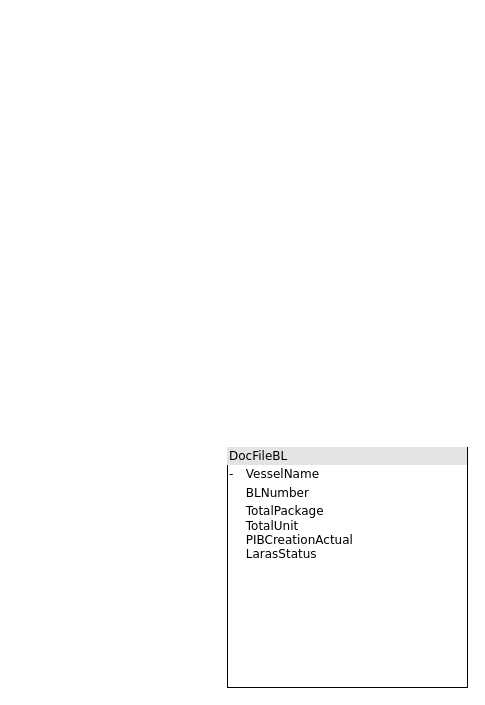
Before: page "Board3_Spareparts_IPS" (3 of 3) of TAM_IMIS_diagram.drawio in RifqiG759/BI_datasets, a draw.io diagram. Source tidied: cells renumbered, new cells numbered last; positions are measured from the earlier drawing's top-left corner, leaving out a move shared by most shapes. Both pictures are drawn from the tidied source at 100%, with x=0, y=0 at pixel (227, 447).
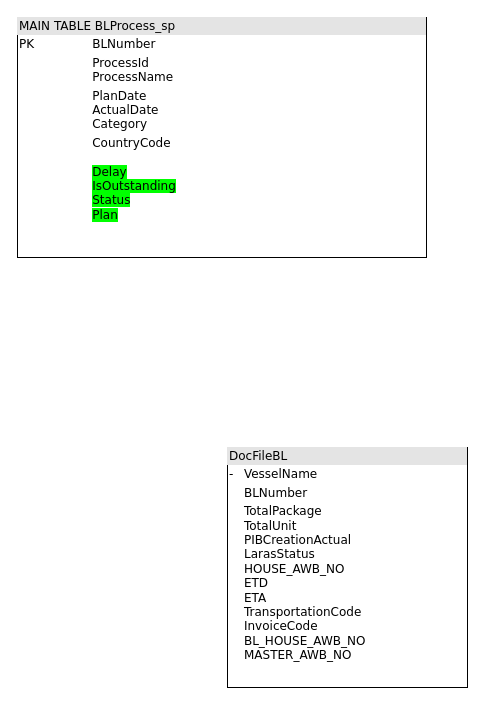
Above is the later version.

Diff of the diagram source:
```diff
@@
 <mxGraphModel>
   <root>
     <mxCell id="0" />
     <mxCell id="1" parent="0" />
-    <mxCell id="2" value="&lt;div style=&quot;box-sizing: border-box ; width: 100% ; background: #e4e4e4 ; padding: 2px&quot;&gt;DocFileBL&lt;/div&gt;&lt;table style=&quot;width: 100% ; font-size: 1em&quot; cellpadding=&quot;2&quot; cellspacing=&quot;0&quot;&gt;&lt;tbody&gt;&lt;tr&gt;&lt;td&gt;-&lt;/td&gt;&lt;td&gt;VesselName&lt;/td&gt;&lt;/tr&gt;&lt;tr&gt;&lt;td&gt;&lt;/td&gt;&lt;td&gt;BLNumber&lt;/td&gt;&lt;/tr&gt;&lt;tr&gt;&lt;td&gt;&lt;/td&gt;&lt;td&gt;TotalPackage&lt;br&gt;TotalUnit&lt;br&gt;PIBCreationActual&lt;br&gt;LarasStatus&lt;br&gt;&lt;br&gt;&lt;br&gt;&lt;br&gt;&lt;/td&gt;&lt;/tr&gt;&lt;tr&gt;&lt;td&gt;&lt;/td&gt;&lt;td&gt;&lt;/td&gt;&lt;/tr&gt;&lt;/tbody&gt;&lt;/table&gt;" style="verticalAlign=top;align=left;overflow=fill;html=1;rounded=0;shadow=0;comic=0;labelBackgroundColor=none;strokeColor=#000000;strokeWidth=1;fillColor=#ffffff;fontFamily=Verdana;fontSize=12;fontColor=#000000;" parent="1" vertex="1">
+    <mxCell id="2" value="&lt;div style=&quot;box-sizing: border-box ; width: 100% ; background: #e4e4e4 ; padding: 2px&quot;&gt;DocFileBL&lt;/div&gt;&lt;table style=&quot;width: 100% ; font-size: 1em&quot; cellpadding=&quot;2&quot; cellspacing=&quot;0&quot;&gt;&lt;tbody&gt;&lt;tr&gt;&lt;td&gt;-&lt;/td&gt;&lt;td&gt;VesselName&lt;/td&gt;&lt;/tr&gt;&lt;tr&gt;&lt;td&gt;&lt;/td&gt;&lt;td&gt;BLNumber&lt;/td&gt;&lt;/tr&gt;&lt;tr&gt;&lt;td&gt;&lt;/td&gt;&lt;td&gt;TotalPackage&lt;br&gt;TotalUnit&lt;br&gt;PIBCreationActual&lt;br&gt;LarasStatus&lt;br&gt;HOUSE_AWB_NO&lt;br&gt;ETD&lt;br&gt;ETA&lt;br&gt;TransportationCode&lt;br&gt;InvoiceCode&lt;br&gt;BL_HOUSE_AWB_NO&lt;br&gt;MASTER_AWB_NO&lt;br&gt;&lt;br&gt;&lt;br&gt;&lt;br&gt;&lt;/td&gt;&lt;/tr&gt;&lt;tr&gt;&lt;td&gt;&lt;/td&gt;&lt;td&gt;&lt;/td&gt;&lt;/tr&gt;&lt;/tbody&gt;&lt;/table&gt;" style="verticalAlign=top;align=left;overflow=fill;html=1;rounded=0;shadow=0;comic=0;labelBackgroundColor=none;strokeColor=#000000;strokeWidth=1;fillColor=#ffffff;fontFamily=Verdana;fontSize=12;fontColor=#000000;" parent="1" vertex="1">
       <mxGeometry width="240" height="240" as="geometry" />
     </mxCell>
+    <mxCell id="3" value="&lt;div style=&quot;box-sizing: border-box ; width: 100% ; background: #e4e4e4 ; padding: 2px&quot;&gt;MAIN TABLE BLProcess_sp&lt;/div&gt;&lt;table style=&quot;width: 100% ; font-size: 1em&quot; cellpadding=&quot;2&quot; cellspacing=&quot;0&quot;&gt;&lt;tbody&gt;&lt;tr&gt;&lt;td&gt;PK&lt;/td&gt;&lt;td&gt;BLNumber&lt;/td&gt;&lt;/tr&gt;&lt;tr&gt;&lt;td&gt;&lt;/td&gt;&lt;td&gt;ProcessId&lt;br&gt;ProcessName&lt;/td&gt;&lt;/tr&gt;&lt;tr&gt;&lt;td&gt;&lt;/td&gt;&lt;td&gt;PlanDate&lt;br&gt;ActualDate&lt;br&gt;Category&lt;/td&gt;&lt;/tr&gt;&lt;tr&gt;&lt;td&gt;&lt;/td&gt;&lt;td&gt;CountryCode&lt;br&gt;&lt;br&gt;&lt;span style=&quot;background-color: rgb(0 , 255 , 0)&quot;&gt;Delay&lt;br&gt;IsOutstanding&lt;br&gt;Status&lt;br&gt;Plan&lt;/span&gt;&lt;br&gt;&lt;br&gt;&lt;/td&gt;&lt;/tr&gt;&lt;/tbody&gt;&lt;/table&gt;" style="verticalAlign=top;align=left;overflow=fill;html=1;rounded=0;shadow=0;comic=0;labelBackgroundColor=none;strokeColor=#000000;strokeWidth=1;fillColor=#ffffff;fontFamily=Verdana;fontSize=12;fontColor=#000000;" parent="1" vertex="1">
+      <mxGeometry x="-210" y="-430" width="409" height="240" as="geometry" />
+    </mxCell>
   </root>
 </mxGraphModel>
```
